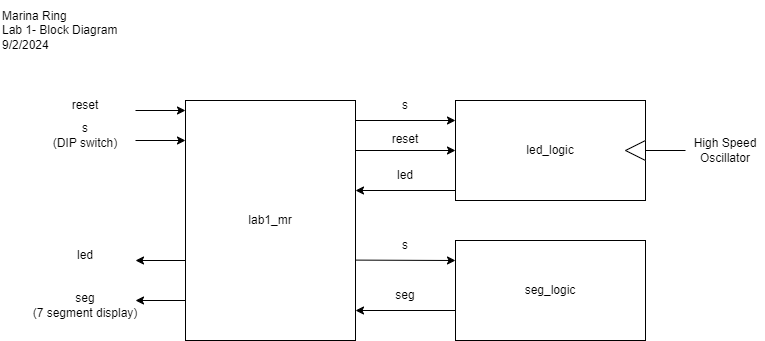
Before: images/LAB1_BLOCK.png, a diagram exported from draw.io (marinaring/marinaring.github.io). Source tidied: cells renumbered, new cells last; positions are measured from the earlier drawing's top-left corner, leaving out a move shared by most shapes.
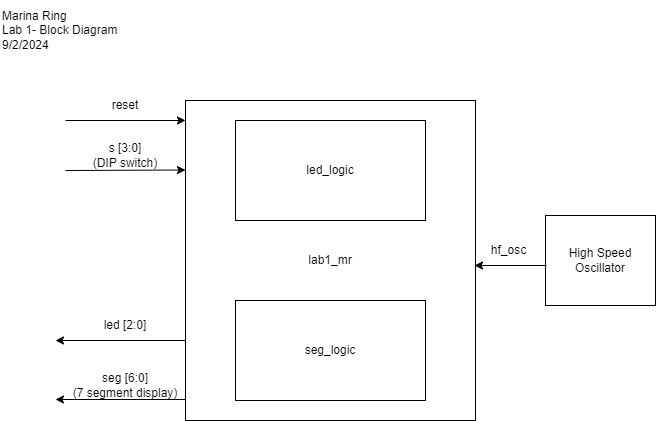
The same file after the commit.

What changed in the source:
```diff
@@ -3,107 +3,64 @@
     <mxCell id="0" />
     <mxCell id="1" parent="0" />
     <mxCell id="2" value="lab1_mr" style="rounded=0;whiteSpace=wrap;html=1;" parent="1" vertex="1">
-      <mxGeometry x="185" y="100" width="170" height="240" as="geometry" />
+      <mxGeometry x="185" y="100" width="290" height="320" as="geometry" />
     </mxCell>
     <mxCell id="3" value="seg_logic" style="rounded=0;whiteSpace=wrap;html=1;" parent="1" vertex="1">
-      <mxGeometry x="455" y="240" width="190" height="100" as="geometry" />
+      <mxGeometry x="235" y="300" width="190" height="100" as="geometry" />
     </mxCell>
     <mxCell id="4" value="led_logic" style="rounded=0;whiteSpace=wrap;html=1;" parent="1" vertex="1">
-      <mxGeometry x="455" y="100" width="190" height="100" as="geometry" />
+      <mxGeometry x="235" y="120" width="190" height="100" as="geometry" />
     </mxCell>
-    <mxCell id="5" style="endArrow=classic;html=1;rounded=0;exitX=1;exitY=0.665;exitDx=0;exitDy=0;exitPerimeter=0;" parent="1" edge="1" source="2">
-      <mxGeometry relative="1" as="geometry">
-        <mxPoint x="455" y="260" as="targetPoint" />
-      </mxGeometry>
-    </mxCell>
-    <mxCell id="6" style="endArrow=classic;html=1;rounded=0;exitX=1;exitY=0.665;exitDx=0;exitDy=0;exitPerimeter=0;" parent="1" edge="1">
-      <mxGeometry relative="1" as="geometry">
-        <mxPoint x="355" y="120" as="sourcePoint" />
-        <mxPoint x="455" y="120" as="targetPoint" />
-      </mxGeometry>
-    </mxCell>
-    <mxCell id="7" style="endArrow=classic;html=1;rounded=0;exitX=1;exitY=0.665;exitDx=0;exitDy=0;exitPerimeter=0;" parent="1" edge="1">
-      <mxGeometry relative="1" as="geometry">
-        <mxPoint x="455" y="310" as="sourcePoint" />
-        <mxPoint x="355" y="310" as="targetPoint" />
-      </mxGeometry>
-    </mxCell>
-    <mxCell id="8" style="endArrow=classic;html=1;rounded=0;exitX=1;exitY=0.665;exitDx=0;exitDy=0;exitPerimeter=0;" parent="1" edge="1">
-      <mxGeometry relative="1" as="geometry">
-        <mxPoint x="455" y="190" as="sourcePoint" />
-        <mxPoint x="355" y="190" as="targetPoint" />
-      </mxGeometry>
-    </mxCell>
     <mxCell id="9" style="endArrow=classic;html=1;rounded=0;" parent="1" edge="1">
       <mxGeometry relative="1" as="geometry">
-        <mxPoint x="135" y="140" as="sourcePoint" />
-        <mxPoint x="185" y="140" as="targetPoint" />
+        <mxPoint x="65" y="170" as="sourcePoint" />
+        <mxPoint x="185" y="169.5" as="targetPoint" />
       </mxGeometry>
     </mxCell>
-    <mxCell id="10" value="s&lt;div&gt;(DIP switch)&lt;/div&gt;" style="text;html=1;align=center;verticalAlign=middle;whiteSpace=wrap;rounded=0;" parent="1" vertex="1">
-      <mxGeometry x="45" y="120" width="80" height="30" as="geometry" />
+    <mxCell id="10" value="s [3:0]&lt;div&gt;(DIP switch)&lt;/div&gt;" style="text;html=1;align=center;verticalAlign=middle;whiteSpace=wrap;rounded=0;" parent="1" vertex="1">
+      <mxGeometry x="85" y="140" width="80" height="30" as="geometry" />
     </mxCell>
     <mxCell id="11" style="endArrow=classic;html=1;rounded=0;" parent="1" edge="1">
       <mxGeometry relative="1" as="geometry">
-        <mxPoint x="185" y="260" as="sourcePoint" />
-        <mxPoint x="135" y="260" as="targetPoint" />
+        <mxPoint x="185" y="340" as="sourcePoint" />
+        <mxPoint x="55" y="340" as="targetPoint" />
       </mxGeometry>
     </mxCell>
-    <mxCell id="12" value="led" style="text;html=1;align=center;verticalAlign=middle;whiteSpace=wrap;rounded=0;" parent="1" vertex="1">
-      <mxGeometry x="45" y="240" width="80" height="30" as="geometry" />
+    <mxCell id="12" value="led [2:0]" style="text;html=1;align=center;verticalAlign=middle;whiteSpace=wrap;rounded=0;" parent="1" vertex="1">
+      <mxGeometry x="85" y="310" width="80" height="30" as="geometry" />
     </mxCell>
     <mxCell id="13" style="endArrow=classic;html=1;rounded=0;" parent="1" edge="1">
       <mxGeometry relative="1" as="geometry">
-        <mxPoint x="185" y="300" as="sourcePoint" />
-        <mxPoint x="135" y="300" as="targetPoint" />
+        <mxPoint x="185" y="399" as="sourcePoint" />
+        <mxPoint x="55" y="399" as="targetPoint" />
       </mxGeometry>
     </mxCell>
-    <mxCell id="14" value="&lt;div&gt;seg&lt;/div&gt;&lt;div&gt;(7 segment display)&lt;/div&gt;" style="text;html=1;align=center;verticalAlign=middle;whiteSpace=wrap;rounded=0;" parent="1" vertex="1">
-      <mxGeometry x="25" y="290" width="120" height="30" as="geometry" />
+    <mxCell id="14" value="&lt;div&gt;seg [6:0]&lt;/div&gt;&lt;div&gt;(7 segment display)&lt;/div&gt;" style="text;html=1;align=center;verticalAlign=middle;whiteSpace=wrap;rounded=0;" parent="1" vertex="1">
+      <mxGeometry x="65" y="370" width="120" height="30" as="geometry" />
     </mxCell>
-    <mxCell id="15" value="s" style="text;html=1;align=center;verticalAlign=middle;whiteSpace=wrap;rounded=0;" parent="1" vertex="1">
-      <mxGeometry x="365" y="90" width="80" height="30" as="geometry" />
-    </mxCell>
-    <mxCell id="16" style="endArrow=classic;html=1;rounded=0;exitX=1;exitY=0.665;exitDx=0;exitDy=0;exitPerimeter=0;" parent="1" edge="1">
-      <mxGeometry relative="1" as="geometry">
-        <mxPoint x="355" y="150" as="sourcePoint" />
-        <mxPoint x="455" y="150" as="targetPoint" />
-      </mxGeometry>
-    </mxCell>
-    <mxCell id="17" value="reset" style="text;html=1;align=center;verticalAlign=middle;whiteSpace=wrap;rounded=0;" parent="1" vertex="1">
-      <mxGeometry x="365" y="124" width="80" height="30" as="geometry" />
-    </mxCell>
     <mxCell id="18" style="endArrow=classic;html=1;rounded=0;" parent="1" edge="1">
       <mxGeometry relative="1" as="geometry">
-        <mxPoint x="135" y="110" as="sourcePoint" />
-        <mxPoint x="185" y="110" as="targetPoint" />
+        <mxPoint x="65" y="120" as="sourcePoint" />
+        <mxPoint x="185" y="120" as="targetPoint" />
       </mxGeometry>
     </mxCell>
     <mxCell id="19" value="reset" style="text;html=1;align=center;verticalAlign=middle;whiteSpace=wrap;rounded=0;" parent="1" vertex="1">
-      <mxGeometry x="45" y="90" width="80" height="30" as="geometry" />
+      <mxGeometry x="85" y="90" width="80" height="30" as="geometry" />
     </mxCell>
-    <mxCell id="20" style="triangle;whiteSpace=wrap;html=1;rotation=-180;" parent="1" vertex="1">
-      <mxGeometry x="625" y="140" width="20" height="20" as="geometry" />
-    </mxCell>
-    <mxCell id="21" style="endArrow=none;html=1;rounded=0;exitX=0;exitY=0.5;exitDx=0;exitDy=0;" parent="1" edge="1" source="20">
-      <mxGeometry relative="1" as="geometry">
-        <mxPoint x="685" y="150" as="targetPoint" />
-      </mxGeometry>
-    </mxCell>
+    <mxCell id="26" value="Marina Ring&lt;div&gt;Lab 1- Block Diagram&lt;/div&gt;&lt;div&gt;9/2/2024&lt;/div&gt;" style="text;html=1;align=left;verticalAlign=middle;whiteSpace=wrap;rounded=0;" parent="1" vertex="1">
+      <mxGeometry width="230" height="60" as="geometry" />
+    </mxCell>
-    <mxCell id="22" value="High Speed Oscillator" style="text;html=1;align=center;verticalAlign=middle;whiteSpace=wrap;rounded=0;" parent="1" vertex="1">
-      <mxGeometry x="685" y="135" width="80" height="30" as="geometry" />
+    <mxCell id="22" value="High Speed Oscillator" style="rounded=0;whiteSpace=wrap;html=1;" parent="1" vertex="1">
+      <mxGeometry x="545" y="215" width="110" height="90" as="geometry" />
     </mxCell>
-    <mxCell id="23" value="s" style="text;html=1;align=center;verticalAlign=middle;whiteSpace=wrap;rounded=0;" parent="1" vertex="1">
-      <mxGeometry x="365" y="230" width="80" height="30" as="geometry" />
-    </mxCell>
-    <mxCell id="24" value="led" style="text;html=1;align=center;verticalAlign=middle;whiteSpace=wrap;rounded=0;" parent="1" vertex="1">
-      <mxGeometry x="365" y="160" width="80" height="30" as="geometry" />
-    </mxCell>
-    <mxCell id="25" value="seg" style="text;html=1;align=center;verticalAlign=middle;whiteSpace=wrap;rounded=0;" parent="1" vertex="1">
-      <mxGeometry x="365" y="280" width="80" height="30" as="geometry" />
-    </mxCell>
-    <mxCell id="26" value="Marina Ring&lt;div&gt;Lab 1- Block Diagram&lt;/div&gt;&lt;div&gt;9/2/2024&lt;/div&gt;" style="text;html=1;align=left;verticalAlign=middle;whiteSpace=wrap;rounded=0;" parent="1" vertex="1">
-      <mxGeometry width="230" height="60" as="geometry" />
-    </mxCell>
+    <mxCell id="27" style="endArrow=classic;html=1;rounded=0;exitX=0.994;exitY=0.421;exitDx=0;exitDy=0;exitPerimeter=0;" parent="1" edge="1">
+      <mxGeometry relative="1" as="geometry">
+        <mxPoint x="546" y="265" as="sourcePoint" />
+        <mxPoint x="474" y="265" as="targetPoint" />
+      </mxGeometry>
+    </mxCell>
+    <mxCell id="28" value="hf_osc" style="text;html=1;align=center;verticalAlign=middle;whiteSpace=wrap;rounded=0;" parent="1" vertex="1">
+      <mxGeometry x="466" y="240" width="85" height="20" as="geometry" />
+    </mxCell>
   </root>
 </mxGraphModel>
```
